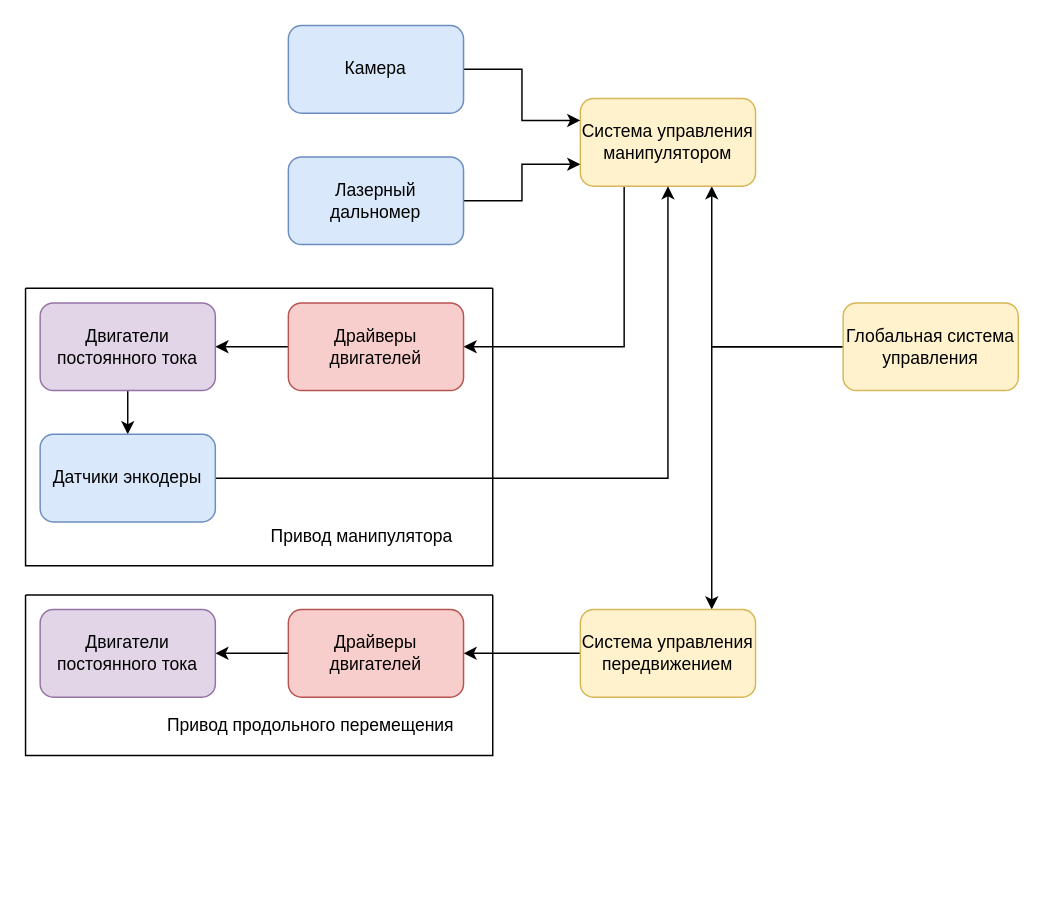
Before: General algorithm of operation.drawio in olegogogo/GreenhouseRobotPicker, a draw.io diagram. Source tidied: cells renumbered, new cells numbered last; positions are measured from the earlier drawing's top-left corner, leaving out a move shared by most shapes. Both pictures are drawn from the tidied source at 146%, with x=0, y=0 at pixel (25, 25).
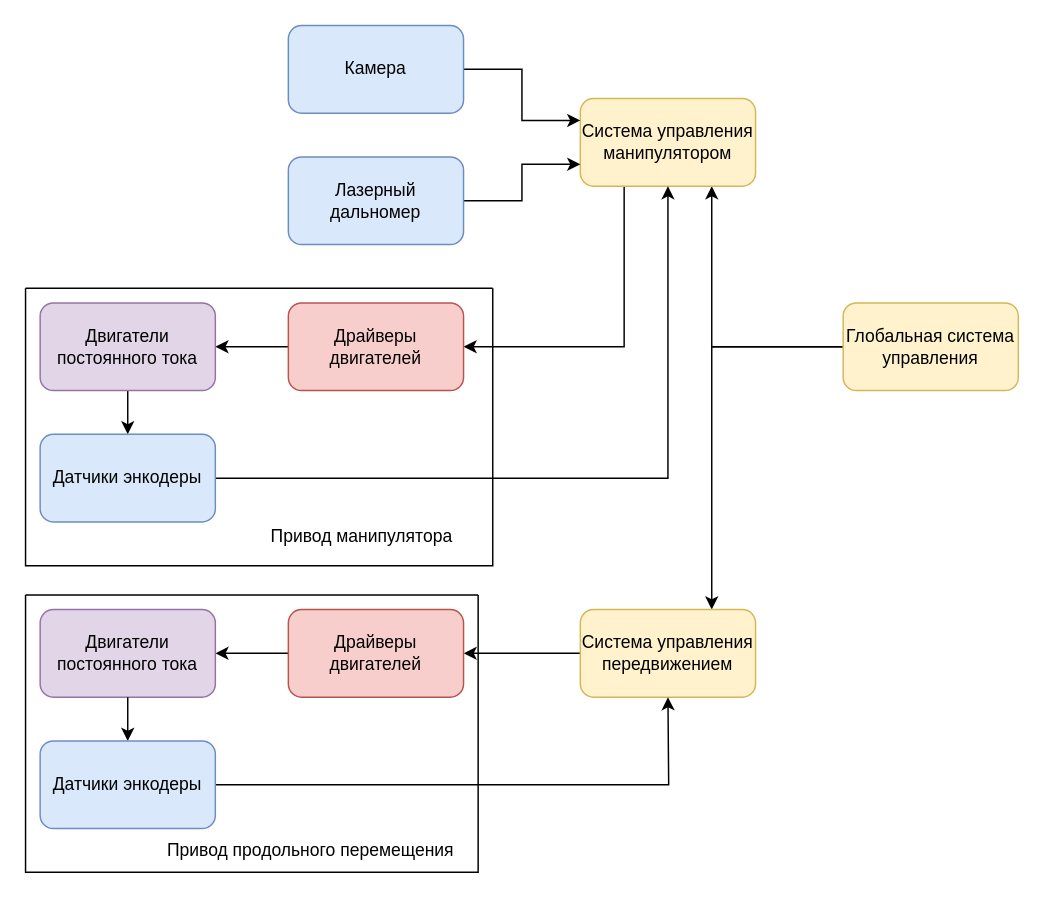
The same diagram, later.

The edit, as a diff of the source:
```diff
@@
     <mxCell id="24" style="swimlane;startSize=0;" parent="1" vertex="1">
-      <mxGeometry y="390" width="320" height="110" as="geometry" />
+      <mxGeometry y="390" width="310" height="190" as="geometry" />
     </mxCell>
     <mxCell id="25" value="Привод продольного перемещения" style="text;html=1;align=center;verticalAlign=middle;strokeColor=none;fillColor=none;" parent="24" vertex="1">
-      <mxGeometry x="90" y="80" width="210" height="20" as="geometry" />
+      <mxGeometry x="90" y="165" width="210" height="20" as="geometry" />
     </mxCell>
+    <mxCell id="26" style="edgeStyle=orthogonalEdgeStyle;rounded=0;jettySize=auto;html=1;exitX=0.5;exitY=1;exitDx=0;exitDy=0;entryX=0.5;entryY=0;entryDx=0;entryDy=0;" parent="1" edge="1" target="28">
+      <mxGeometry relative="1" as="geometry">
+        <mxPoint x="70" y="460" as="sourcePoint" />
+      </mxGeometry>
+    </mxCell>
+    <mxCell id="27" style="edgeStyle=orthogonalEdgeStyle;rounded=0;jettySize=auto;html=1;exitX=1;exitY=0.5;exitDx=0;exitDy=0;" parent="1" edge="1" source="28">
+      <mxGeometry relative="1" as="geometry">
+        <mxPoint x="440" y="460" as="targetPoint" />
+      </mxGeometry>
+    </mxCell>
+    <mxCell id="28" value="Датчики энкодеры" style="rounded=1;whiteSpace=wrap;html=1;fillColor=#dae8fc;strokeColor=#6c8ebf;" parent="1" vertex="1">
+      <mxGeometry x="10" y="490" width="120" height="60" as="geometry" />
+    </mxCell>
```
